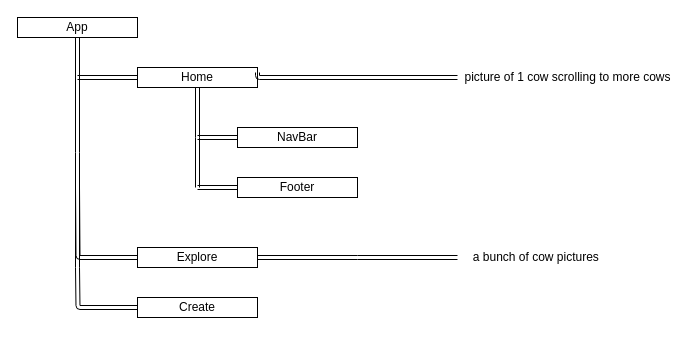
SteJoSi/phase-2-project-MooGram keeps this draw.io diagram as test.drawio. Above is the earlier version. Source tidied: cells renumbered, new cells numbered last; positions are measured from the earlier drawing's top-left corner, leaving out a move shared by most shapes. Both pictures are drawn from the tidied source at 100%, with x=0, y=0 at pixel (17, 17).
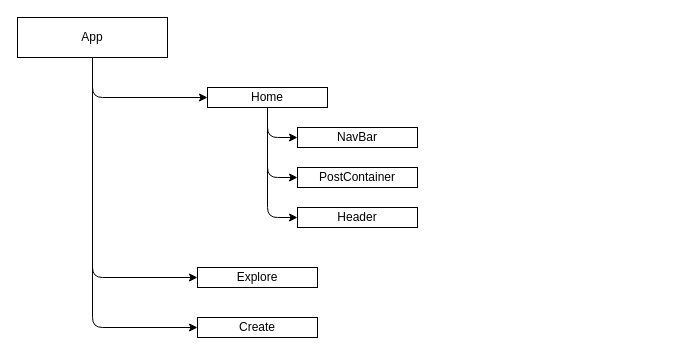
The same diagram, later.

Diff of the diagram source:
```diff
@@
-    <mxCell id="2" style="edgeStyle=orthogonalEdgeStyle;shape=link;html=1;exitX=0.5;exitY=1;exitDx=0;exitDy=0;" parent="1" edge="1" source="3">
-      <mxGeometry relative="1" as="geometry">
-        <mxPoint x="60" y="250" as="targetPoint" />
-      </mxGeometry>
-    </mxCell>
+    <mxCell id="19" style="edgeStyle=orthogonalEdgeStyle;html=1;exitX=0.5;exitY=1;exitDx=0;exitDy=0;entryX=0;entryY=0.5;entryDx=0;entryDy=0;" parent="1" edge="1" source="3" target="6">
+      <mxGeometry relative="1" as="geometry" />
+    </mxCell>
+    <mxCell id="20" style="edgeStyle=orthogonalEdgeStyle;html=1;exitX=0.5;exitY=1;exitDx=0;exitDy=0;entryX=0;entryY=0.5;entryDx=0;entryDy=0;" parent="1" edge="1" source="3" target="9">
+      <mxGeometry relative="1" as="geometry" />
+    </mxCell>
+    <mxCell id="21" style="edgeStyle=orthogonalEdgeStyle;html=1;exitX=0.5;exitY=1;exitDx=0;exitDy=0;entryX=0;entryY=0.5;entryDx=0;entryDy=0;" parent="1" edge="1" source="3" target="11">
+      <mxGeometry relative="1" as="geometry" />
+    </mxCell>
     <mxCell id="3" value="App" style="whiteSpace=wrap;html=1;" parent="1" vertex="1">
-      <mxGeometry width="120" height="20" as="geometry" />
+      <mxGeometry width="150" height="40" as="geometry" />
     </mxCell>
-    <mxCell id="4" style="edgeStyle=orthogonalEdgeStyle;shape=link;html=1;exitX=0;exitY=0.5;exitDx=0;exitDy=0;" parent="1" edge="1" source="6">
-      <mxGeometry relative="1" as="geometry">
-        <mxPoint x="60" y="60" as="targetPoint" />
-      </mxGeometry>
-    </mxCell>
-    <mxCell id="5" style="edgeStyle=orthogonalEdgeStyle;shape=link;html=1;exitX=0.5;exitY=1;exitDx=0;exitDy=0;" parent="1" edge="1" source="6">
-      <mxGeometry relative="1" as="geometry">
-        <mxPoint x="180" y="170" as="targetPoint" />
-      </mxGeometry>
-    </mxCell>
+    <mxCell id="22" style="edgeStyle=orthogonalEdgeStyle;html=1;exitX=0.5;exitY=1;exitDx=0;exitDy=0;entryX=0;entryY=0.5;entryDx=0;entryDy=0;" parent="1" edge="1" source="6" target="13">
+      <mxGeometry relative="1" as="geometry" />
+    </mxCell>
+    <mxCell id="23" style="edgeStyle=orthogonalEdgeStyle;html=1;exitX=0.5;exitY=1;exitDx=0;exitDy=0;entryX=0;entryY=0.5;entryDx=0;entryDy=0;" parent="1" edge="1" source="6" target="25">
+      <mxGeometry relative="1" as="geometry" />
+    </mxCell>
+    <mxCell id="24" style="edgeStyle=orthogonalEdgeStyle;html=1;exitX=0.5;exitY=1;exitDx=0;exitDy=0;entryX=0;entryY=0.5;entryDx=0;entryDy=0;" parent="1" edge="1" source="6" target="26">
+      <mxGeometry relative="1" as="geometry" />
+    </mxCell>
     <mxCell id="6" value="Home" style="whiteSpace=wrap;html=1;" parent="1" vertex="1">
-      <mxGeometry x="120" y="50" width="120" height="20" as="geometry" />
+      <mxGeometry x="190" y="70" width="120" height="20" as="geometry" />
     </mxCell>
-    <mxCell id="7" style="edgeStyle=orthogonalEdgeStyle;shape=link;html=1;exitX=0;exitY=0.5;exitDx=0;exitDy=0;" parent="1" edge="1" source="9">
-      <mxGeometry relative="1" as="geometry">
-        <mxPoint x="60" y="170" as="targetPoint" />
-      </mxGeometry>
-    </mxCell>
-    <mxCell id="8" style="edgeStyle=orthogonalEdgeStyle;shape=link;html=1;exitX=1;exitY=0.5;exitDx=0;exitDy=0;" parent="1" edge="1" source="9">
-      <mxGeometry relative="1" as="geometry">
-        <mxPoint x="440" y="240" as="targetPoint" />
-      </mxGeometry>
-    </mxCell>
     <mxCell id="9" value="Explore" style="whiteSpace=wrap;html=1;" parent="1" vertex="1">
-      <mxGeometry x="120" y="230" width="120" height="20" as="geometry" />
+      <mxGeometry x="180" y="250" width="120" height="20" as="geometry" />
     </mxCell>
-    <mxCell id="10" style="edgeStyle=orthogonalEdgeStyle;shape=link;html=1;exitX=0;exitY=0.5;exitDx=0;exitDy=0;" parent="1" edge="1" source="11">
-      <mxGeometry relative="1" as="geometry">
-        <mxPoint x="60" y="250" as="targetPoint" />
-      </mxGeometry>
-    </mxCell>
     <mxCell id="11" value="Create" style="whiteSpace=wrap;html=1;" parent="1" vertex="1">
-      <mxGeometry x="120" y="280" width="120" height="20" as="geometry" />
+      <mxGeometry x="180" y="300" width="120" height="20" as="geometry" />
     </mxCell>
-    <mxCell id="12" style="edgeStyle=orthogonalEdgeStyle;shape=link;html=1;exitX=0;exitY=0.5;exitDx=0;exitDy=0;" parent="1" edge="1" source="13">
-      <mxGeometry relative="1" as="geometry">
-        <mxPoint x="180" y="120" as="targetPoint" />
-      </mxGeometry>
-    </mxCell>
     <mxCell id="13" value="NavBar" style="whiteSpace=wrap;html=1;" parent="1" vertex="1">
-      <mxGeometry x="220" y="110" width="120" height="20" as="geometry" />
+      <mxGeometry x="280" y="110" width="120" height="20" as="geometry" />
     </mxCell>
-    <mxCell id="14" style="edgeStyle=orthogonalEdgeStyle;shape=link;html=1;exitX=1;exitY=0.25;exitDx=0;exitDy=0;" parent="1" edge="1" source="6" target="15">
-      <mxGeometry relative="1" as="geometry">
-        <Array as="points">
-          <mxPoint x="240" y="60" />
-        </Array>
-      </mxGeometry>
-    </mxCell>
-    <mxCell id="15" value="picture of 1 cow scrolling to more cows" style="text;html=1;align=center;verticalAlign=middle;points=[];strokeColor=none;fillColor=none;" parent="1" vertex="1">
-      <mxGeometry x="440" y="50" width="220" height="20" as="geometry" />
-    </mxCell>
-    <mxCell id="16" style="edgeStyle=orthogonalEdgeStyle;shape=link;html=1;exitX=0;exitY=0.5;exitDx=0;exitDy=0;" parent="1" edge="1" source="17">
-      <mxGeometry relative="1" as="geometry">
-        <mxPoint x="180" y="170" as="targetPoint" />
-      </mxGeometry>
-    </mxCell>
-    <mxCell id="17" value="Footer" style="whiteSpace=wrap;html=1;" parent="1" vertex="1">
-      <mxGeometry x="220" y="160" width="120" height="20" as="geometry" />
-    </mxCell>
-    <mxCell id="18" value="a bunch of cow pictures&amp;nbsp;" style="text;html=1;align=center;verticalAlign=middle;strokeColor=none;fillColor=none;" parent="1" vertex="1">
-      <mxGeometry x="450" y="230" width="140" height="20" as="geometry" />
-    </mxCell>
+    <mxCell id="25" value="PostContainer" style="whiteSpace=wrap;html=1;" parent="1" vertex="1">
+      <mxGeometry x="280" y="150" width="120" height="20" as="geometry" />
+    </mxCell>
+    <mxCell id="26" value="Header" style="whiteSpace=wrap;html=1;" parent="1" vertex="1">
+      <mxGeometry x="280" y="190" width="120" height="20" as="geometry" />
+    </mxCell>
```
